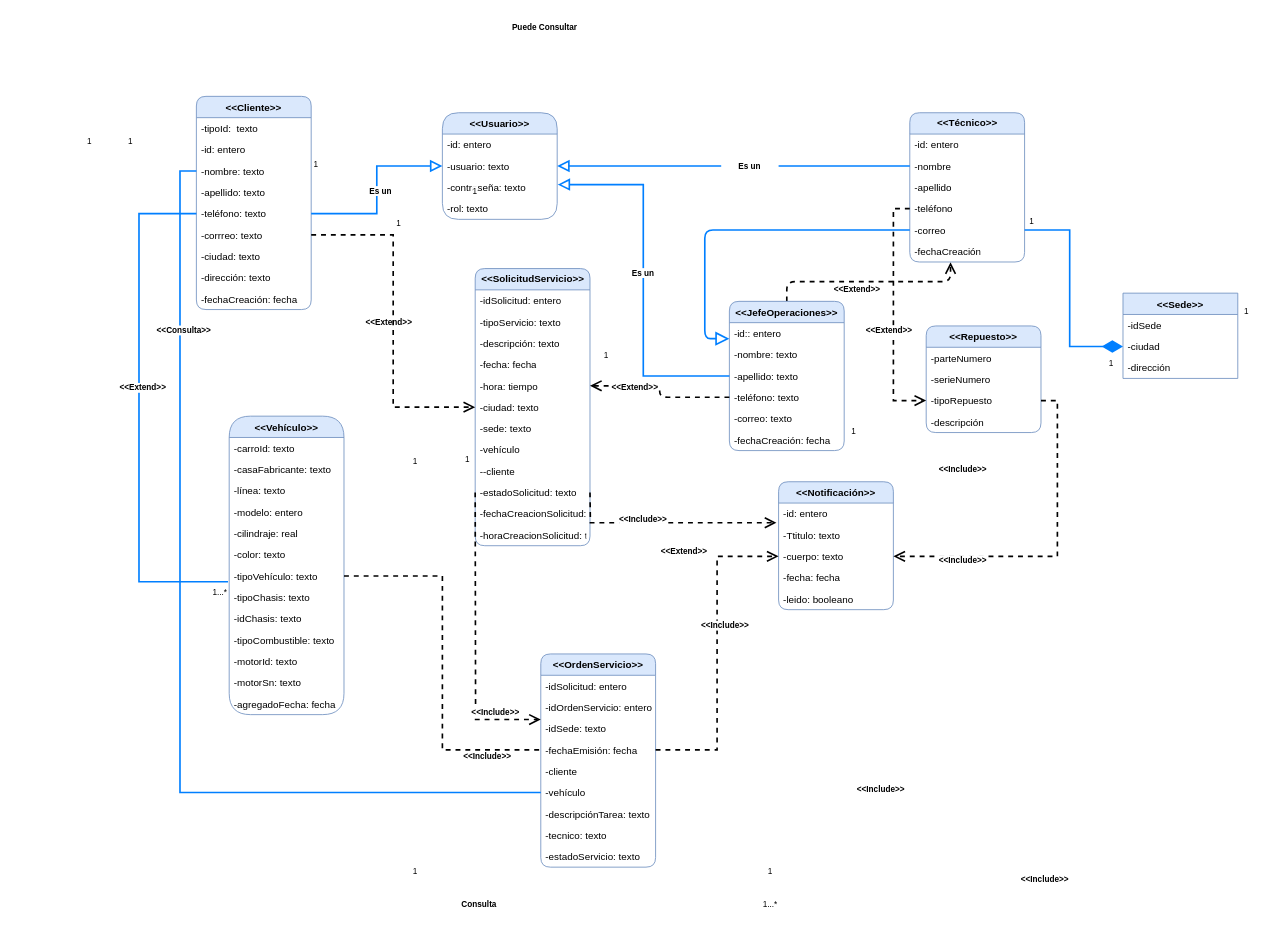
This is Diagrama_sima.drawio from Equipo9-G10/sima, a draw.io file, before an edit. Source tidied: cells renumbered, new cells numbered last; positions are measured from the earlier drawing's top-left corner, leaving out a move shared by most shapes. Both pictures are drawn from the tidied source at 82%, with x=0, y=0 at pixel (73, 14).
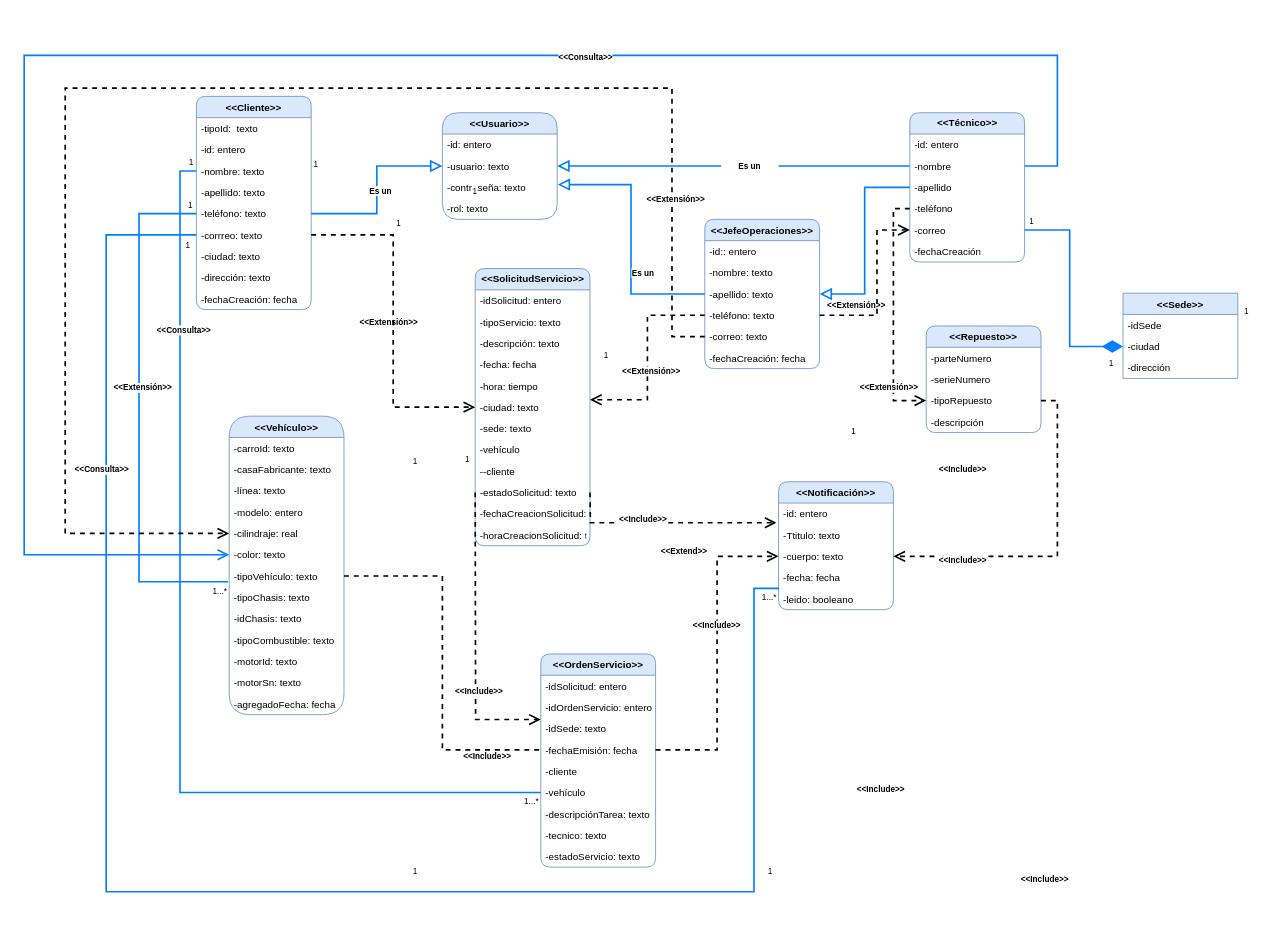
After the change.

Unchanged cells that the change refers to:
```xml
<mxCell id="8" value="-corrreo: texto" style="text;strokeColor=none;fillColor=none;align=left;verticalAlign=top;spacingLeft=4;spacingRight=4;overflow=hidden;points=[[0,0.5],[1,0.5]];portConstraint=eastwest;rounded=1;" parent="2" vertex="1">
  <mxGeometry y="156" width="140" height="26" as="geometry" />
</mxCell>
<mxCell id="22" value="-apellido: texto" style="text;strokeColor=none;fillColor=none;align=left;verticalAlign=top;spacingLeft=4;spacingRight=4;overflow=hidden;points=[[0,0.5],[1,0.5]];portConstraint=eastwest;rounded=1;labelBackgroundColor=default;fontSize=12;" parent="19" vertex="1">
  <mxGeometry y="78" width="140" height="26" as="geometry" />
</mxCell>
<mxCell id="23" value="-teléfono: texto" style="text;strokeColor=none;fillColor=none;align=left;verticalAlign=top;spacingLeft=4;spacingRight=4;overflow=hidden;points=[[0,0.5],[1,0.5]];portConstraint=eastwest;rounded=1;labelBackgroundColor=default;fontSize=12;" parent="19" vertex="1">
  <mxGeometry y="104" width="140" height="26" as="geometry" />
</mxCell>
<mxCell id="24" value="-correo: texto" style="text;strokeColor=none;fillColor=none;align=left;verticalAlign=top;spacingLeft=4;spacingRight=4;overflow=hidden;points=[[0,0.5],[1,0.5]];portConstraint=eastwest;rounded=1;labelBackgroundColor=default;fontSize=12;" parent="19" vertex="1">
  <mxGeometry y="130" width="140" height="26" as="geometry" />
</mxCell>
<mxCell id="28" value="-nombre" style="text;strokeColor=none;fillColor=none;align=left;verticalAlign=top;spacingLeft=4;spacingRight=4;overflow=hidden;points=[[0,0.5],[1,0.5]];portConstraint=eastwest;rounded=1;labelBackgroundColor=none;fontSize=12;html=1;" parent="26" vertex="1">
  <mxGeometry y="52" width="140" height="26" as="geometry" />
</mxCell>
<mxCell id="29" value="-apellido" style="text;strokeColor=none;fillColor=none;align=left;verticalAlign=top;spacingLeft=4;spacingRight=4;overflow=hidden;points=[[0,0.5],[1,0.5]];portConstraint=eastwest;rounded=1;labelBackgroundColor=none;fontSize=12;html=1;" parent="26" vertex="1">
  <mxGeometry y="78" width="140" height="26" as="geometry" />
</mxCell>
<mxCell id="31" value="-correo" style="text;strokeColor=none;fillColor=none;align=left;verticalAlign=top;spacingLeft=4;spacingRight=4;overflow=hidden;points=[[0,0.5],[1,0.5]];portConstraint=eastwest;rounded=1;labelBackgroundColor=none;fontSize=12;html=1;" parent="26" vertex="1">
  <mxGeometry y="130" width="140" height="26" as="geometry" />
</mxCell>
<mxCell id="32" value="-fechaCreación" style="text;strokeColor=none;fillColor=none;align=left;verticalAlign=top;spacingLeft=4;spacingRight=4;overflow=hidden;points=[[0,0.5],[1,0.5]];portConstraint=eastwest;rounded=1;labelBackgroundColor=none;fontSize=12;html=1;" parent="26" vertex="1">
  <mxGeometry y="156" width="140" height="26" as="geometry" />
</mxCell>
<mxCell id="38" value="-hora: tiempo" style="text;strokeColor=none;fillColor=none;align=left;verticalAlign=top;spacingLeft=4;spacingRight=4;overflow=hidden;points=[[0,0.5],[1,0.5]];portConstraint=eastwest;rounded=1;labelBackgroundColor=none;fontSize=12;html=1;" parent="33" vertex="1">
  <mxGeometry y="130" width="140" height="26" as="geometry" />
</mxCell>
<mxCell id="39" value="-ciudad: texto" style="text;strokeColor=none;fillColor=none;align=left;verticalAlign=top;spacingLeft=4;spacingRight=4;overflow=hidden;points=[[0,0.5],[1,0.5]];portConstraint=eastwest;rounded=1;labelBackgroundColor=none;fontSize=12;html=1;" parent="33" vertex="1">
  <mxGeometry y="156" width="140" height="26" as="geometry" />
</mxCell>
<mxCell id="56" value="-cilindraje: real" style="text;strokeColor=none;fillColor=none;align=left;verticalAlign=top;spacingLeft=4;spacingRight=4;overflow=hidden;points=[[0,0.5],[1,0.5]];portConstraint=eastwest;" parent="51" vertex="1">
  <mxGeometry y="130" width="140" height="26" as="geometry" />
</mxCell>
<mxCell id="57" value="-color: texto" style="text;strokeColor=none;fillColor=none;align=left;verticalAlign=top;spacingLeft=4;spacingRight=4;overflow=hidden;points=[[0,0.5],[1,0.5]];portConstraint=eastwest;" parent="51" vertex="1">
  <mxGeometry y="156" width="140" height="26" as="geometry" />
</mxCell>
<mxCell id="86" value="-leido: booleano" style="text;strokeColor=none;fillColor=none;align=left;verticalAlign=top;spacingLeft=4;spacingRight=4;overflow=hidden;points=[[0,0.5],[1,0.5]];portConstraint=eastwest;rounded=1;glass=0;fontSize=12;" parent="81" vertex="1">
  <mxGeometry y="130" width="140" height="26" as="geometry" />
</mxCell>
```

What changed in the source:
```diff
@@
-    <mxCell id="18" style="edgeStyle=orthogonalEdgeStyle;rounded=1;jettySize=auto;html=1;exitX=0.5;exitY=0;exitDx=0;exitDy=0;entryX=0.355;entryY=1.009;entryDx=0;entryDy=0;entryPerimeter=0;fontSize=12;startArrow=none;startFill=0;endArrow=open;endFill=0;endSize=10;sourcePerimeterSpacing=0;targetPerimeterSpacing=0;strokeColor=#000000;strokeWidth=2;dashed=1;" parent="1" edge="1" source="19" target="32">
-      <mxGeometry relative="1" as="geometry" />
-    </mxCell>
     <mxCell id="19" value="&lt;&lt;JefeOperaciones&gt;&gt;" style="swimlane;fontStyle=1;horizontal=1;startSize=26;fillColor=#dae8fc;rounded=1;labelBackgroundColor=none;fontSize=12;strokeColor=#6c8ebf;" parent="1" vertex="1">
-      <mxGeometry x="800" y="350" width="140" height="182" as="geometry" />
+      <mxGeometry x="770" y="250" width="140" height="182" as="geometry" />
     </mxCell>
@@
     <mxCell id="48" value="1" style="text;html=1;strokeColor=none;fillColor=none;align=center;verticalAlign=middle;whiteSpace=wrap;rounded=0;labelBackgroundColor=default;fontSize=10;" parent="1" vertex="1">
-      <mxGeometry x="50" y="140" width="40" height="30" as="geometry" />
+      <mxGeometry x="124" y="165" width="40" height="30" as="geometry" />
     </mxCell>
     <mxCell id="49" value="1" style="text;html=1;strokeColor=none;fillColor=none;align=center;verticalAlign=middle;whiteSpace=wrap;rounded=0;labelBackgroundColor=default;fontSize=10;fontStyle=0;" parent="1" vertex="1">
-      <mxGeometry y="140" width="40" height="30" as="geometry" />
+      <mxGeometry x="123" y="218" width="40" height="30" as="geometry" />
     </mxCell>
@@
-    <mxCell id="75" style="edgeStyle=orthogonalEdgeStyle;rounded=1;jettySize=auto;html=1;exitX=0;exitY=0.5;exitDx=0;exitDy=0;entryX=1;entryY=0.5;entryDx=0;entryDy=0;fontSize=12;startArrow=none;startFill=0;endArrow=open;endFill=0;endSize=10;sourcePerimeterSpacing=0;targetPerimeterSpacing=0;strokeColor=#000000;strokeWidth=2;dashed=1;" parent="1" edge="1" source="23" target="38">
-      <mxGeometry relative="1" as="geometry" />
-    </mxCell>
-    <mxCell id="76" value="&amp;lt;&amp;lt;Extend&amp;gt;&amp;gt;" style="rounded=1;fontSize=10;strokeColor=none;fillColor=none;fontStyle=1;labelBackgroundColor=default;html=1;whiteSpace=wrap;" parent="1" vertex="1">
-      <mxGeometry x="650" y="440" width="70" height="30" as="geometry" />
-    </mxCell>
-    <mxCell id="77" value="&amp;lt;&amp;lt;Extend&amp;gt;&amp;gt;" style="rounded=1;fontSize=10;strokeColor=none;fillColor=none;fontStyle=1;labelBackgroundColor=default;html=1;whiteSpace=wrap;" parent="1" vertex="1">
-      <mxGeometry x="921" y="320" width="70" height="30" as="geometry" />
-    </mxCell>
@@
-    <mxCell id="79" style="edgeStyle=orthogonalEdgeStyle;rounded=1;jettySize=auto;html=1;exitX=0;exitY=0.5;exitDx=0;exitDy=0;entryX=0;entryY=0.25;entryDx=0;entryDy=0;fontSize=10;startArrow=none;startFill=0;endArrow=block;endFill=0;endSize=12;sourcePerimeterSpacing=0;targetPerimeterSpacing=0;strokeColor=#007FFF;strokeWidth=2;" parent="1" edge="1" source="31" target="19">
-      <mxGeometry relative="1" as="geometry" />
-    </mxCell>
@@
     <mxCell id="92" value="1...*" style="text;html=1;strokeColor=none;fillColor=none;align=center;verticalAlign=middle;whiteSpace=wrap;rounded=0;labelBackgroundColor=default;fontSize=10;fontStyle=0;" parent="1" vertex="1">
-      <mxGeometry x="830" y="1070" width="40" height="30" as="geometry" />
+      <mxGeometry x="539" y="945" width="40" height="30" as="geometry" />
     </mxCell>
@@
-    <mxCell id="94" value="Consulta" style="rounded=1;fontSize=10;strokeColor=none;fillColor=none;fontStyle=1;labelBackgroundColor=default;html=1;whiteSpace=wrap;" parent="1" vertex="1">
-      <mxGeometry x="460" y="1070" width="70" height="30" as="geometry" />
-    </mxCell>
@@
     <mxCell id="98" value="&amp;lt;&amp;lt;Include&amp;gt;&amp;gt;" style="rounded=1;fontSize=10;strokeColor=none;fillColor=none;fontStyle=1;labelBackgroundColor=default;html=1;whiteSpace=wrap;" parent="1" vertex="1">
-      <mxGeometry x="760" y="730" width="70" height="30" as="geometry" />
+      <mxGeometry x="750" y="730" width="70" height="30" as="geometry" />
     </mxCell>
-    <mxCell id="99" value="Puede Consultar" style="rounded=1;fontSize=10;strokeColor=none;fillColor=none;fontStyle=1;labelBackgroundColor=default;html=1;whiteSpace=wrap;" parent="1" vertex="1">
-      <mxGeometry x="530" width="90" height="30" as="geometry" />
-    </mxCell>
@@
-    <mxCell id="114" value="&amp;lt;&amp;lt;Extend&amp;gt;&amp;gt;" style="rounded=1;fontSize=10;strokeColor=none;fillColor=none;fontStyle=1;labelBackgroundColor=default;html=1;whiteSpace=wrap;" parent="1" vertex="1">
-      <mxGeometry x="960" y="370" width="70" height="30" as="geometry" />
+    <mxCell id="114" value="&amp;lt;&amp;lt;Extensión&amp;gt;&amp;gt;" style="rounded=1;fontSize=10;strokeColor=none;fillColor=none;fontStyle=1;labelBackgroundColor=default;html=1;whiteSpace=wrap;" parent="1" vertex="1">
+      <mxGeometry x="920" y="340" width="70" height="30" as="geometry" />
     </mxCell>
-    <mxCell id="115" value="&amp;lt;&amp;lt;Extend&amp;gt;&amp;gt;" style="rounded=1;fontSize=10;strokeColor=none;fillColor=none;fontStyle=1;labelBackgroundColor=default;html=1;whiteSpace=wrap;" parent="1" vertex="1">
+    <mxCell id="115" value="&amp;lt;&amp;lt;Extensión&amp;gt;&amp;gt;" style="rounded=1;fontSize=10;strokeColor=none;fillColor=none;fontStyle=1;labelBackgroundColor=default;html=1;whiteSpace=wrap;" parent="1" vertex="1">
       <mxGeometry x="350" y="360" width="70" height="30" as="geometry" />
     </mxCell>
@@
     <mxCell id="123" value="&amp;lt;&amp;lt;Include&amp;gt;&amp;gt;" style="rounded=1;fontSize=10;strokeColor=none;fillColor=none;fontStyle=1;labelBackgroundColor=default;html=1;whiteSpace=wrap;" parent="1" vertex="1">
-      <mxGeometry x="480" y="836" width="70" height="30" as="geometry" />
+      <mxGeometry x="460" y="810" width="70" height="30" as="geometry" />
     </mxCell>
@@
-    <mxCell id="133" value="&amp;lt;&amp;lt;Extend&amp;gt;&amp;gt;" style="rounded=1;fontSize=10;strokeColor=none;fillColor=none;fontStyle=1;labelBackgroundColor=default;html=1;whiteSpace=wrap;" parent="1" vertex="1">
+    <mxCell id="133" value="&amp;lt;&amp;lt;Extensión&amp;gt;&amp;gt;" style="rounded=1;fontSize=10;strokeColor=none;fillColor=none;fontStyle=1;labelBackgroundColor=default;html=1;whiteSpace=wrap;" parent="1" vertex="1">
       <mxGeometry x="50" y="440" width="70" height="30" as="geometry" />
     </mxCell>
@@
+    <mxCell id="136" style="edgeStyle=orthogonalEdgeStyle;rounded=0;jettySize=auto;html=1;exitX=0;exitY=0.5;exitDx=0;exitDy=0;entryX=-0.005;entryY=0.051;entryDx=0;entryDy=0;entryPerimeter=0;endArrow=none;endFill=0;endSize=10;strokeColor=#007FFF;strokeWidth=2;" parent="1" edge="1" source="8" target="86">
+      <mxGeometry relative="1" as="geometry">
+        <Array as="points">
+          <mxPoint x="40" y="269" />
+          <mxPoint x="40" y="1070" />
+          <mxPoint x="830" y="1070" />
+          <mxPoint x="830" y="700" />
+          <mxPoint x="859" y="700" />
+        </Array>
+      </mxGeometry>
+    </mxCell>
+    <mxCell id="137" value="1" style="text;html=1;strokeColor=none;fillColor=none;align=center;verticalAlign=middle;whiteSpace=wrap;rounded=0;labelBackgroundColor=default;fontSize=10;fontStyle=0;" parent="1" vertex="1">
+      <mxGeometry x="120" y="267" width="40" height="30" as="geometry" />
+    </mxCell>
+    <mxCell id="138" value="1...*" style="text;html=1;strokeColor=none;fillColor=none;align=center;verticalAlign=middle;whiteSpace=wrap;rounded=0;labelBackgroundColor=default;fontSize=10;fontStyle=0;" parent="1" vertex="1">
+      <mxGeometry x="829" y="696" width="40" height="30" as="geometry" />
+    </mxCell>
+    <mxCell id="139" value="&amp;lt;&amp;lt;Consulta&amp;gt;&amp;gt;" style="rounded=1;fontSize=10;strokeColor=none;fillColor=none;fontStyle=1;labelBackgroundColor=default;html=1;whiteSpace=wrap;" parent="1" vertex="1">
+      <mxGeometry y="540" width="70" height="30" as="geometry" />
+    </mxCell>
+    <mxCell id="140" style="edgeStyle=orthogonalEdgeStyle;rounded=0;jettySize=auto;html=1;exitX=0;exitY=0.5;exitDx=0;exitDy=0;dashed=1;endArrow=open;endFill=0;endSize=10;strokeColor=#000000;strokeWidth=2;entryX=1;entryY=0.154;entryDx=0;entryDy=0;entryPerimeter=0;" parent="1" edge="1" source="23" target="39">
+      <mxGeometry relative="1" as="geometry" />
+    </mxCell>
+    <mxCell id="141" style="edgeStyle=orthogonalEdgeStyle;rounded=0;jettySize=auto;html=1;exitX=0;exitY=0.5;exitDx=0;exitDy=0;entryX=1;entryY=0.5;entryDx=0;entryDy=0;endArrow=block;endFill=0;endSize=10;strokeColor=#007FFF;strokeWidth=2;" parent="1" edge="1" source="29" target="22">
+      <mxGeometry relative="1" as="geometry" />
+    </mxCell>
+    <mxCell id="142" value="&amp;lt;&amp;lt;Extensión&amp;gt;&amp;gt;" style="rounded=1;fontSize=10;strokeColor=none;fillColor=none;fontStyle=1;labelBackgroundColor=default;html=1;whiteSpace=wrap;" parent="1" vertex="1">
+      <mxGeometry x="960" y="440" width="70" height="30" as="geometry" />
+    </mxCell>
+    <mxCell id="143" style="edgeStyle=orthogonalEdgeStyle;rounded=0;jettySize=auto;html=1;exitX=1;exitY=0.5;exitDx=0;exitDy=0;entryX=0;entryY=0.5;entryDx=0;entryDy=0;endArrow=open;endFill=0;endSize=10;strokeColor=#000000;strokeWidth=2;dashed=1;" parent="1" edge="1" source="23" target="31">
+      <mxGeometry relative="1" as="geometry">
+        <Array as="points">
+          <mxPoint x="980" y="367" />
+          <mxPoint x="980" y="263" />
+        </Array>
+      </mxGeometry>
+    </mxCell>
+    <mxCell id="144" value="&amp;lt;&amp;lt;Extensión&amp;gt;&amp;gt;" style="rounded=1;fontSize=10;strokeColor=none;fillColor=none;fontStyle=1;labelBackgroundColor=default;html=1;whiteSpace=wrap;" parent="1" vertex="1">
+      <mxGeometry x="670" y="420" width="70" height="30" as="geometry" />
+    </mxCell>
+    <mxCell id="145" style="edgeStyle=orthogonalEdgeStyle;rounded=0;jettySize=auto;html=1;exitX=0;exitY=0.5;exitDx=0;exitDy=0;entryX=0;entryY=0.5;entryDx=0;entryDy=0;dashed=1;endArrow=open;endFill=0;endSize=10;strokeColor=#000000;strokeWidth=2;" parent="1" edge="1" source="24" target="56">
+      <mxGeometry relative="1" as="geometry">
+        <Array as="points">
+          <mxPoint x="730" y="393" />
+          <mxPoint x="730" y="90" />
+          <mxPoint x="-10" y="90" />
+          <mxPoint x="-10" y="633" />
+        </Array>
+      </mxGeometry>
+    </mxCell>
+    <mxCell id="146" value="&amp;lt;&amp;lt;Extensión&amp;gt;&amp;gt;" style="rounded=1;fontSize=10;strokeColor=none;fillColor=none;fontStyle=1;labelBackgroundColor=default;html=1;whiteSpace=wrap;" parent="1" vertex="1">
+      <mxGeometry x="700" y="210" width="70" height="30" as="geometry" />
+    </mxCell>
+    <mxCell id="147" style="edgeStyle=orthogonalEdgeStyle;rounded=0;jettySize=auto;html=1;exitX=1;exitY=0.5;exitDx=0;exitDy=0;entryX=0;entryY=0.5;entryDx=0;entryDy=0;endArrow=open;endFill=0;endSize=10;strokeColor=#007FFF;strokeWidth=2;" parent="1" edge="1" source="28" target="57">
+      <mxGeometry relative="1" as="geometry">
+        <Array as="points">
+          <mxPoint x="1200" y="185" />
+          <mxPoint x="1200" y="50" />
+          <mxPoint x="-60" y="50" />
+          <mxPoint x="-60" y="659" />
+        </Array>
+      </mxGeometry>
+    </mxCell>
+    <mxCell id="148" value="&amp;lt;&amp;lt;Consulta&amp;gt;&amp;gt;" style="rounded=1;fontSize=10;strokeColor=none;fillColor=none;fontStyle=1;labelBackgroundColor=default;html=1;whiteSpace=wrap;" parent="1" vertex="1">
+      <mxGeometry x="590" y="37" width="70" height="30" as="geometry" />
+    </mxCell>
```
